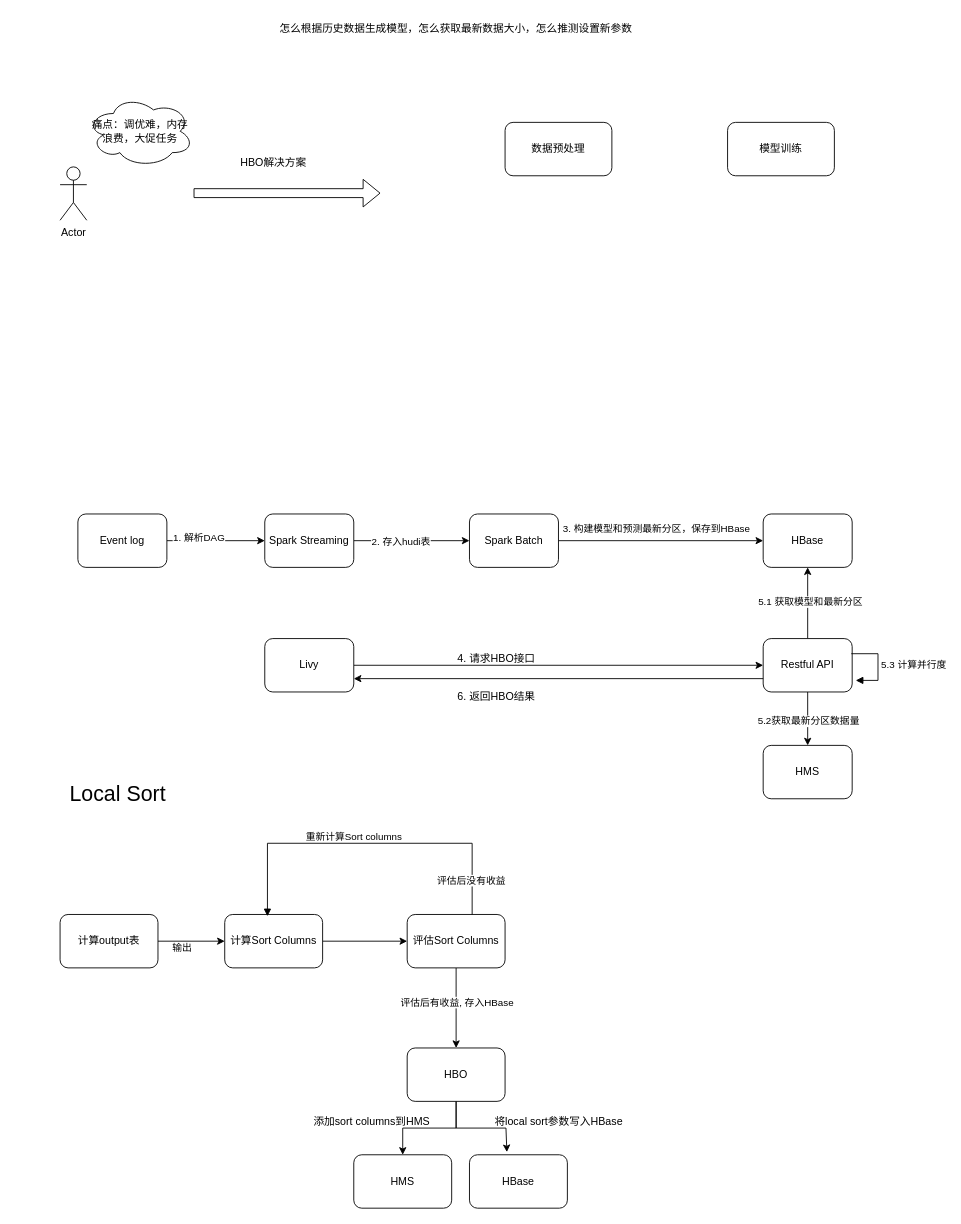
Earlier version of the draw.io diagram page "HBO" (10 of 11) of Spark.drawio (huangxiaopingRD/diagrams). Source tidied: cells renumbered, new cells numbered last; positions are measured from the earlier drawing's top-left corner, leaving out a move shared by most shapes. Both pictures are drawn from the tidied source at 89%, with x=0, y=0 at pixel (33, 15).
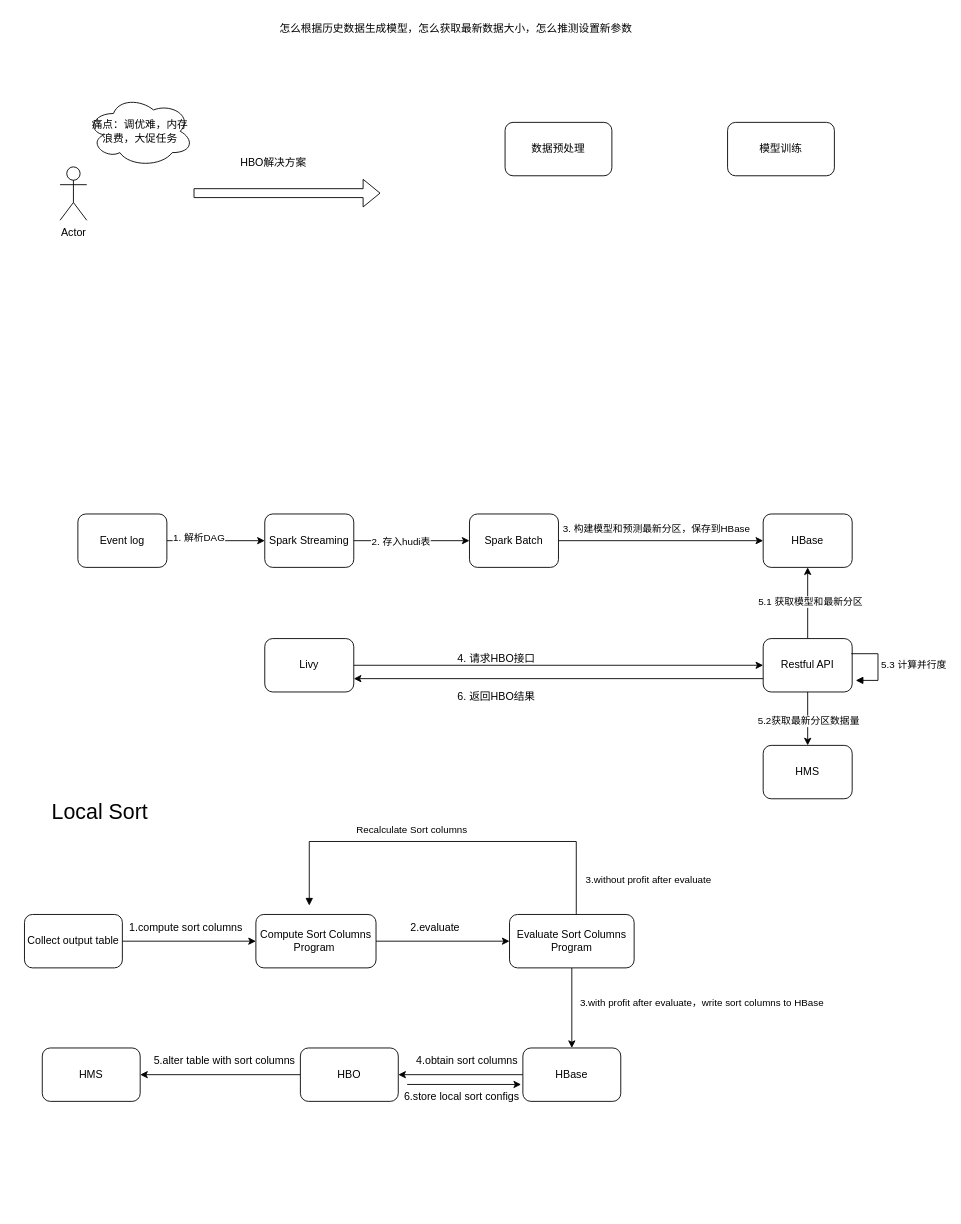
Above is the later version.

The change refers to these unchanged cells:
```xml
<mxCell id="32" style="edgeStyle=orthogonalEdgeStyle;rounded=0;jettySize=auto;html=1;" parent="1" edge="1" source="34" target="36">
  <mxGeometry relative="1" as="geometry" />
</mxCell>
<mxCell id="40" style="edgeStyle=orthogonalEdgeStyle;rounded=0;jettySize=auto;html=1;" parent="1" edge="1" source="42" target="39">
  <mxGeometry relative="1" as="geometry" />
</mxCell>
```

What changed in the source:
```diff
@@
     <mxCell id="31" value="&lt;font style=&quot;font-size: 24px;&quot;&gt;Local Sort&lt;/font&gt;" style="text;html=1;align=center;verticalAlign=middle;whiteSpace=wrap;rounded=0;" parent="1" vertex="1">
-      <mxGeometry y="860" width="190" height="30" as="geometry" />
+      <mxGeometry x="-20" y="880" width="190" height="30" as="geometry" />
     </mxCell>
@@
-    <mxCell id="33" value="输出" style="edgeLabel;html=1;align=center;verticalAlign=middle;" parent="32" vertex="1">
-      <mxGeometry x="-0.31" y="-3" relative="1" as="geometry">
-        <mxPoint y="4" as="offset" />
-      </mxGeometry>
-    </mxCell>
-    <mxCell id="34" value="计算output表" style="rounded=1;whiteSpace=wrap;html=1;" parent="1" vertex="1">
-      <mxGeometry x="30" y="1010" width="110" height="60" as="geometry" />
+    <mxCell id="34" value="Collect output table" style="rounded=1;whiteSpace=wrap;html=1;" parent="1" vertex="1">
+      <mxGeometry x="-10" y="1010" width="110" height="60" as="geometry" />
     </mxCell>
@@
-    <mxCell id="36" value="计算Sort Columns" style="rounded=1;whiteSpace=wrap;html=1;" parent="1" vertex="1">
-      <mxGeometry x="215" y="1010" width="110" height="60" as="geometry" />
+    <mxCell id="36" value="Compute Sort Columns Program&amp;nbsp;" style="rounded=1;whiteSpace=wrap;html=1;" parent="1" vertex="1">
+      <mxGeometry x="250" y="1010" width="135" height="60" as="geometry" />
     </mxCell>
     <mxCell id="37" value="HMS" style="rounded=1;whiteSpace=wrap;html=1;" parent="1" vertex="1">
-      <mxGeometry x="360" y="1280" width="110" height="60" as="geometry" />
+      <mxGeometry x="10" y="1160" width="110" height="60" as="geometry" />
     </mxCell>
-    <mxCell id="38" style="edgeStyle=orthogonalEdgeStyle;rounded=0;jettySize=auto;html=1;" parent="1" edge="1" source="39" target="37">
-      <mxGeometry relative="1" as="geometry" />
-    </mxCell>
+    <mxCell id="47" style="edgeStyle=orthogonalEdgeStyle;rounded=0;jettySize=auto;html=1;entryX=1;entryY=0.5;entryDx=0;entryDy=0;" parent="1" edge="1" source="39" target="43">
+      <mxGeometry relative="1" as="geometry" />
+    </mxCell>
-    <mxCell id="39" value="HBO" style="rounded=1;whiteSpace=wrap;html=1;" parent="1" vertex="1">
-      <mxGeometry x="420" y="1160" width="110" height="60" as="geometry" />
+    <mxCell id="39" value="HBase" style="rounded=1;whiteSpace=wrap;html=1;" parent="1" vertex="1">
+      <mxGeometry x="550" y="1160" width="110" height="60" as="geometry" />
     </mxCell>
@@
-    <mxCell id="41" value="评估后有收益, 存入HBase" style="edgeLabel;html=1;align=center;verticalAlign=middle;" parent="40" vertex="1">
-      <mxGeometry x="-0.16" relative="1" as="geometry" />
+    <mxCell id="41" value="3.with profit after evaluate，write sort columns to HBase" style="edgeLabel;html=1;align=center;verticalAlign=middle;" parent="40" vertex="1">
+      <mxGeometry x="-0.16" relative="1" as="geometry">
+        <mxPoint x="145" as="offset" />
+      </mxGeometry>
     </mxCell>
-    <mxCell id="42" value="评估Sort Columns" style="rounded=1;whiteSpace=wrap;html=1;" parent="1" vertex="1">
-      <mxGeometry x="420" y="1010" width="110" height="60" as="geometry" />
+    <mxCell id="42" value="Evaluate Sort Columns Program" style="rounded=1;whiteSpace=wrap;html=1;" parent="1" vertex="1">
+      <mxGeometry x="535" y="1010" width="140" height="60" as="geometry" />
     </mxCell>
+    <mxCell id="51" style="edgeStyle=orthogonalEdgeStyle;rounded=0;jettySize=auto;html=1;entryX=1;entryY=0.5;entryDx=0;entryDy=0;" parent="1" edge="1" source="43" target="37">
+      <mxGeometry relative="1" as="geometry" />
+    </mxCell>
-    <mxCell id="43" value="HBase" style="rounded=1;whiteSpace=wrap;html=1;" parent="1" vertex="1">
-      <mxGeometry x="490" y="1280" width="110" height="60" as="geometry" />
+    <mxCell id="43" value="HBO" style="rounded=1;whiteSpace=wrap;html=1;" parent="1" vertex="1">
+      <mxGeometry x="300" y="1160" width="110" height="60" as="geometry" />
     </mxCell>
-    <mxCell id="44" style="html=1;align=left;spacingLeft=2;endArrow=block;rounded=0;edgeStyle=orthogonalEdgeStyle;curved=0;rounded=0;exitX=0.609;exitY=0;exitDx=0;exitDy=0;exitPerimeter=0;entryX=0.382;entryY=0.033;entryDx=0;entryDy=0;entryPerimeter=0;" parent="1" edge="1">
+    <mxCell id="44" style="html=1;align=left;spacingLeft=2;endArrow=block;rounded=0;edgeStyle=orthogonalEdgeStyle;curved=0;rounded=0;" parent="1" edge="1">
       <mxGeometry x="0.01" relative="1" as="geometry">
-        <mxPoint x="493" y="1010" as="sourcePoint" />
-        <mxPoint x="263" y="1012" as="targetPoint" />
+        <mxPoint x="610" y="1010" as="sourcePoint" />
+        <mxPoint x="310" y="1000" as="targetPoint" />
         <Array as="points">
-          <mxPoint x="493" y="930" />
-          <mxPoint x="263" y="930" />
+          <mxPoint x="610" y="1008" />
+          <mxPoint x="610" y="928" />
+          <mxPoint x="260" y="928" />
         </Array>
       </mxGeometry>
     </mxCell>
-    <mxCell id="45" value="评估后没有收益" style="edgeLabel;html=1;align=center;verticalAlign=middle;" parent="44" vertex="1">
-      <mxGeometry x="-0.8" y="2" relative="1" as="geometry" />
+    <mxCell id="45" value="3.without profit after evaluate" style="edgeLabel;html=1;align=center;verticalAlign=middle;" parent="44" vertex="1">
+      <mxGeometry x="-0.8" y="2" relative="1" as="geometry">
+        <mxPoint x="82" y="5" as="offset" />
+      </mxGeometry>
     </mxCell>
-    <mxCell id="46" value="&lt;span style=&quot;font-size: 11px; text-align: left; background-color: rgb(255, 255, 255);&quot;&gt;重新计算Sort columns&lt;/span&gt;" style="text;html=1;align=center;verticalAlign=middle;strokeColor=none;fillColor=none;" parent="1" vertex="1">
-      <mxGeometry x="295" y="908" width="130" height="30" as="geometry" />
+    <mxCell id="46" value="&lt;span style=&quot;font-size: 11px; text-align: left; background-color: rgb(255, 255, 255);&quot;&gt;Recalculate Sort columns&lt;/span&gt;" style="text;html=1;align=center;verticalAlign=middle;strokeColor=none;fillColor=none;" parent="1" vertex="1">
+      <mxGeometry x="350" y="900" width="150" height="30" as="geometry" />
     </mxCell>
-    <mxCell id="47" style="edgeStyle=orthogonalEdgeStyle;rounded=0;jettySize=auto;html=1;entryX=0.382;entryY=-0.05;entryDx=0;entryDy=0;entryPerimeter=0;" parent="1" edge="1" source="39" target="43">
-      <mxGeometry relative="1" as="geometry">
-        <Array as="points">
-          <mxPoint x="475" y="1250" />
-          <mxPoint x="531" y="1250" />
-        </Array>
-      </mxGeometry>
-    </mxCell>
-    <mxCell id="48" value="添加sort columns到HMS" style="text;html=1;align=center;verticalAlign=middle;strokeColor=none;fillColor=none;" parent="1" vertex="1">
-      <mxGeometry x="305" y="1228" width="150" height="30" as="geometry" />
-    </mxCell>
-    <mxCell id="49" value="将local sort参数写入HBase" style="text;html=1;align=center;verticalAlign=middle;strokeColor=none;fillColor=none;" parent="1" vertex="1">
-      <mxGeometry x="505" y="1228" width="170" height="30" as="geometry" />
-    </mxCell>
@@
+    <mxCell id="52" value="&amp;nbsp;1.compute sort columns" style="text;html=1;align=center;verticalAlign=middle;whiteSpace=wrap;rounded=0;" parent="1" vertex="1">
+      <mxGeometry x="100" y="1010" width="140" height="30" as="geometry" />
+    </mxCell>
+    <mxCell id="53" value="&amp;nbsp;2.evaluate" style="text;html=1;align=center;verticalAlign=middle;whiteSpace=wrap;rounded=0;" parent="1" vertex="1">
+      <mxGeometry x="420" y="1010" width="60" height="30" as="geometry" />
+    </mxCell>
+    <mxCell id="54" value="5.alter table with sort columns" style="text;html=1;align=center;verticalAlign=middle;whiteSpace=wrap;rounded=0;" parent="1" vertex="1">
+      <mxGeometry x="130" y="1160" width="170" height="30" as="geometry" />
+    </mxCell>
+    <mxCell id="55" value="4.obtain sort columns" style="text;html=1;align=center;verticalAlign=middle;whiteSpace=wrap;rounded=0;" parent="1" vertex="1">
+      <mxGeometry x="425" y="1160" width="125" height="30" as="geometry" />
+    </mxCell>
+    <mxCell id="56" style="edgeStyle=orthogonalEdgeStyle;rounded=0;orthogonalLoop=1;jettySize=auto;html=1;" parent="1" edge="1">
+      <mxGeometry relative="1" as="geometry">
+        <mxPoint x="420" y="1201" as="sourcePoint" />
+        <mxPoint x="548" y="1201" as="targetPoint" />
+      </mxGeometry>
+    </mxCell>
+    <mxCell id="57" value="6.store local sort configs" style="text;html=1;align=center;verticalAlign=middle;whiteSpace=wrap;rounded=0;" parent="1" vertex="1">
+      <mxGeometry x="413" y="1200" width="137" height="30" as="geometry" />
+    </mxCell>
```
